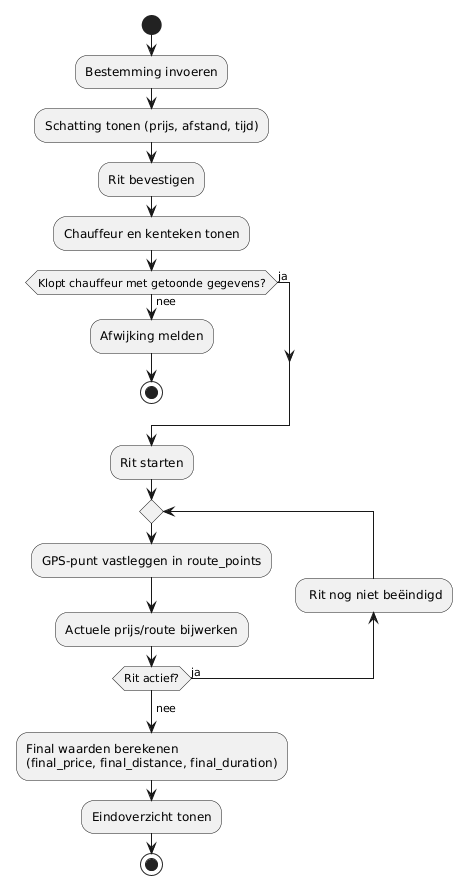
Earlier version of the PlantUML export hitchtracker/design/docs/activiteitendiagram.png (osamalasmi/hackathons-26). Source of this version:
```plantuml
@startuml
start
:Bestemming invoeren;
:Schatting tonen (prijs, afstand, tijd);
:Rit bevestigen;
:Chauffeur en kenteken tonen;
if (Klopt chauffeur met getoonde gegevens?) then (nee)
  :Afwijking melden;
  stop
else (ja)
endif
:Rit starten;
repeat
  :GPS-punt vastleggen in route_points;
  :Actuele prijs/route bijwerken;
backward: Rit nog niet beëindigd;
repeat while (Rit actief?) is (ja)
->nee;
:Final waarden berekenen
(final_price, final_distance, final_duration);
:Eindoverzicht tonen;
stop
@enduml
```
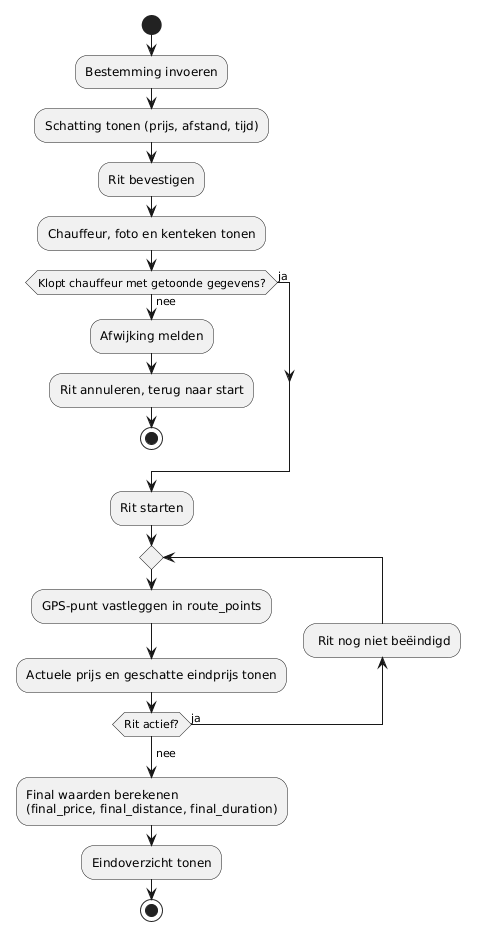
After the commit.

Commit message:
docs: improve design justification, ERD and use case consistency

What changed in the source:
```diff
@@ -3,16 +3,17 @@
 :Bestemming invoeren;
 :Schatting tonen (prijs, afstand, tijd);
 :Rit bevestigen;
-:Chauffeur en kenteken tonen;
+:Chauffeur, foto en kenteken tonen;
 if (Klopt chauffeur met getoonde gegevens?) then (nee)
   :Afwijking melden;
+  :Rit annuleren, terug naar start;
   stop
 else (ja)
 endif
 :Rit starten;
 repeat
   :GPS-punt vastleggen in route_points;
-  :Actuele prijs/route bijwerken;
+  :Actuele prijs en geschatte eindprijs tonen;
 backward: Rit nog niet beëindigd;
 repeat while (Rit actief?) is (ja)
 ->nee;
```
